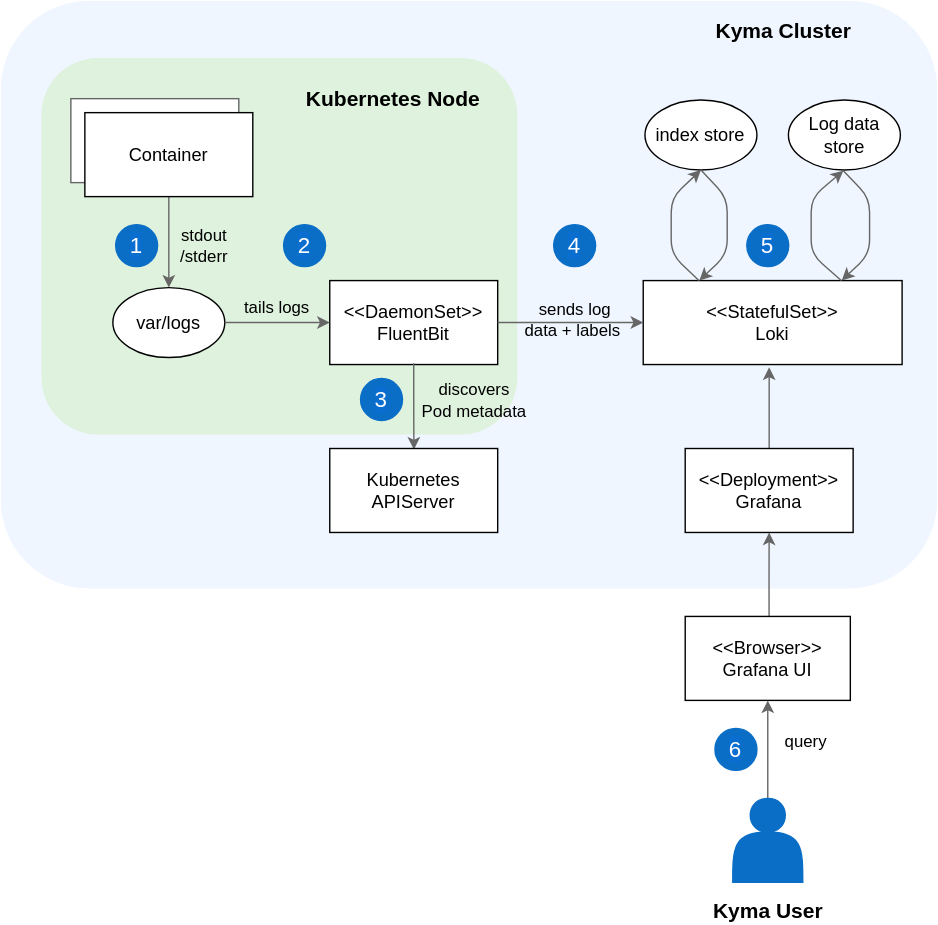
Above: docs/05-technical-reference/00-architecture/assets/obsv-logging-architecture.svg in kyma-project/kyma (draw.io), before the change. Source tidied: cells renumbered, new cells last; positions are measured from the earlier drawing's top-left corner, leaving out a move shared by most shapes.
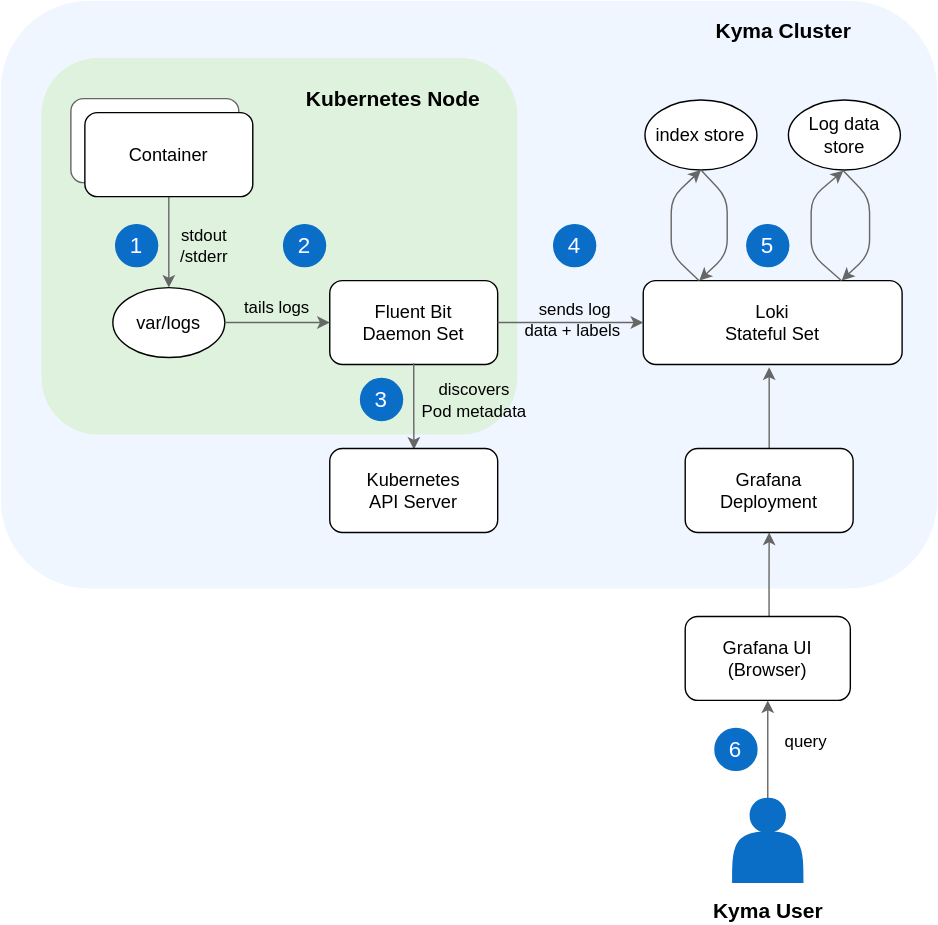
The same file after the commit.

The edit, as a diff of the source:
```diff
@@ -11,13 +11,13 @@
     <mxCell id="4" style="rounded=1;whiteSpace=wrap;html=1;strokeColor=none;fillColor=#DEF2DD;" parent="1" vertex="1">
       <mxGeometry x="29" y="41" width="340" height="269" as="geometry" />
     </mxCell>
-    <mxCell id="5" style="rounded=0;whiteSpace=wrap;html=1;fillColor=#ffffff;gradientColor=none;strokeColor=#666666;" parent="1" vertex="1">
+    <mxCell id="5" style="rounded=1;whiteSpace=wrap;html=1;fillColor=#ffffff;gradientColor=none;strokeColor=#666666;" parent="1" vertex="1">
       <mxGeometry x="50" y="70" width="120" height="60" as="geometry" />
     </mxCell>
     <mxCell id="6" style="edgeStyle=orthogonalEdgeStyle;rounded=1;jettySize=auto;html=1;startArrow=none;startFill=0;endArrow=classic;endFill=1;strokeColor=#666666;exitX=0.5;exitY=1;exitDx=0;exitDy=0;entryX=0.5;entryY=0;entryDx=0;entryDy=0;" parent="1" edge="1" source="7" target="8">
       <mxGeometry relative="1" as="geometry" />
     </mxCell>
-    <mxCell id="7" value="Container" style="rounded=0;whiteSpace=wrap;html=1;fontSize=13;" parent="1" vertex="1">
+    <mxCell id="7" value="Container" style="rounded=1;whiteSpace=wrap;html=1;fontSize=13;" parent="1" vertex="1">
       <mxGeometry x="60" y="80" width="120" height="60" as="geometry" />
     </mxCell>
     <mxCell id="8" value="var/logs" style="ellipse;whiteSpace=wrap;html=1;fontSize=13;" parent="1" vertex="1">
@@ -26,7 +26,7 @@
     <mxCell id="9" value="stdout&lt;br&gt;/stderr" style="text;html=1;align=center;verticalAlign=middle;" parent="1" vertex="1">
       <mxGeometry x="120" y="160" width="50" height="30" as="geometry" />
     </mxCell>
-    <mxCell id="10" value="&amp;lt;&amp;lt;DaemonSet&amp;gt;&amp;gt;&lt;br style=&quot;font-size: 13px&quot;&gt;FluentBit" style="rounded=0;whiteSpace=wrap;html=1;fontSize=13;" parent="1" vertex="1">
+    <mxCell id="10" value="Fluent Bit&lt;br&gt;Daemon Set" style="rounded=1;whiteSpace=wrap;html=1;fontSize=13;" parent="1" vertex="1">
       <mxGeometry x="235" y="200" width="120" height="60" as="geometry" />
     </mxCell>
     <mxCell id="11" value="&lt;font style=&quot;font-size: 16px&quot;&gt;1&lt;/font&gt;" style="ellipse;whiteSpace=wrap;html=1;labelBackgroundColor=#0A6ED1;fontColor=#FFFFFF;fillColor=#0A6EC7;strokeColor=#0A6EC7;" parent="1" vertex="1">
@@ -42,7 +42,7 @@
         <mxPoint x="40" y="1" as="offset" />
       </mxGeometry>
     </mxCell>
-    <mxCell id="14" value="Kubernetes&lt;br&gt;APIServer" style="rounded=0;whiteSpace=wrap;html=1;fontSize=13;" parent="1" vertex="1">
+    <mxCell id="14" value="Kubernetes&lt;br&gt;API Server" style="rounded=1;whiteSpace=wrap;html=1;fontSize=13;" parent="1" vertex="1">
       <mxGeometry x="235" y="320" width="120" height="60" as="geometry" />
     </mxCell>
     <mxCell id="15" value="&lt;font style=&quot;font-size: 16px&quot;&gt;2&lt;/font&gt;" style="ellipse;whiteSpace=wrap;html=1;labelBackgroundColor=#0A6ED1;fontColor=#FFFFFF;fillColor=#0A6EC7;strokeColor=#0A6EC7;" parent="1" vertex="1">
@@ -54,7 +54,7 @@
     <mxCell id="17" value="tails logs" style="text;html=1;align=center;verticalAlign=middle;" parent="1" vertex="1">
       <mxGeometry x="167" y="210" width="60" height="20" as="geometry" />
     </mxCell>
-    <mxCell id="18" value="&amp;lt;&amp;lt;StatefulSet&amp;gt;&amp;gt;&lt;br style=&quot;font-size: 13px&quot;&gt;Loki" style="rounded=0;whiteSpace=wrap;html=1;fontSize=13;" parent="1" vertex="1">
+    <mxCell id="18" value="Loki&lt;br&gt;Stateful Set" style="rounded=1;whiteSpace=wrap;html=1;fontSize=13;" parent="1" vertex="1">
       <mxGeometry x="459" y="200" width="185" height="60" as="geometry" />
     </mxCell>
     <mxCell id="19" value="index store" style="ellipse;whiteSpace=wrap;html=1;fontSize=13;" parent="1" vertex="1">
@@ -114,7 +114,7 @@
     <mxCell id="29" style="edgeStyle=orthogonalEdgeStyle;rounded=1;jettySize=auto;html=1;entryX=0.5;entryY=1;entryDx=0;entryDy=0;fontColor=#FFFFFF;strokeColor=#666666;exitX=0.508;exitY=0;exitDx=0;exitDy=0;exitPerimeter=0;" parent="1" edge="1" source="30" target="32">
       <mxGeometry relative="1" as="geometry" />
     </mxCell>
-    <mxCell id="30" value="&amp;lt;&amp;lt;Browser&amp;gt;&amp;gt;&lt;br&gt;Grafana UI" style="rounded=0;whiteSpace=wrap;html=1;fontSize=13;" parent="1" vertex="1">
+    <mxCell id="30" value="Grafana UI&lt;br&gt;(Browser)" style="rounded=1;whiteSpace=wrap;html=1;fontSize=13;" parent="1" vertex="1">
       <mxGeometry x="489" y="440" width="118" height="60" as="geometry" />
     </mxCell>
     <mxCell id="31" style="edgeStyle=orthogonalEdgeStyle;rounded=1;jettySize=auto;html=1;exitX=0.5;exitY=0;exitDx=0;exitDy=0;strokeColor=#666666;" parent="1" edge="1" source="32">
@@ -122,7 +122,7 @@
         <mxPoint x="549" y="262" as="targetPoint" />
       </mxGeometry>
     </mxCell>
-    <mxCell id="32" value="&amp;lt;&amp;lt;Deployment&amp;gt;&amp;gt;&lt;br style=&quot;font-size: 13px;&quot;&gt;Grafana" style="rounded=0;whiteSpace=wrap;html=1;fontSize=13;" parent="1" vertex="1">
+    <mxCell id="32" value="Grafana&lt;br&gt;Deployment" style="rounded=1;whiteSpace=wrap;html=1;fontSize=13;" parent="1" vertex="1">
       <mxGeometry x="489" y="320" width="120" height="60" as="geometry" />
     </mxCell>
     <mxCell id="33" value="&lt;font style=&quot;font-size: 15px&quot;&gt;&lt;b&gt;Kyma User&lt;/b&gt;&lt;/font&gt;" style="text;html=1;align=center;verticalAlign=middle;fontSize=15;" parent="1" vertex="1">
```
